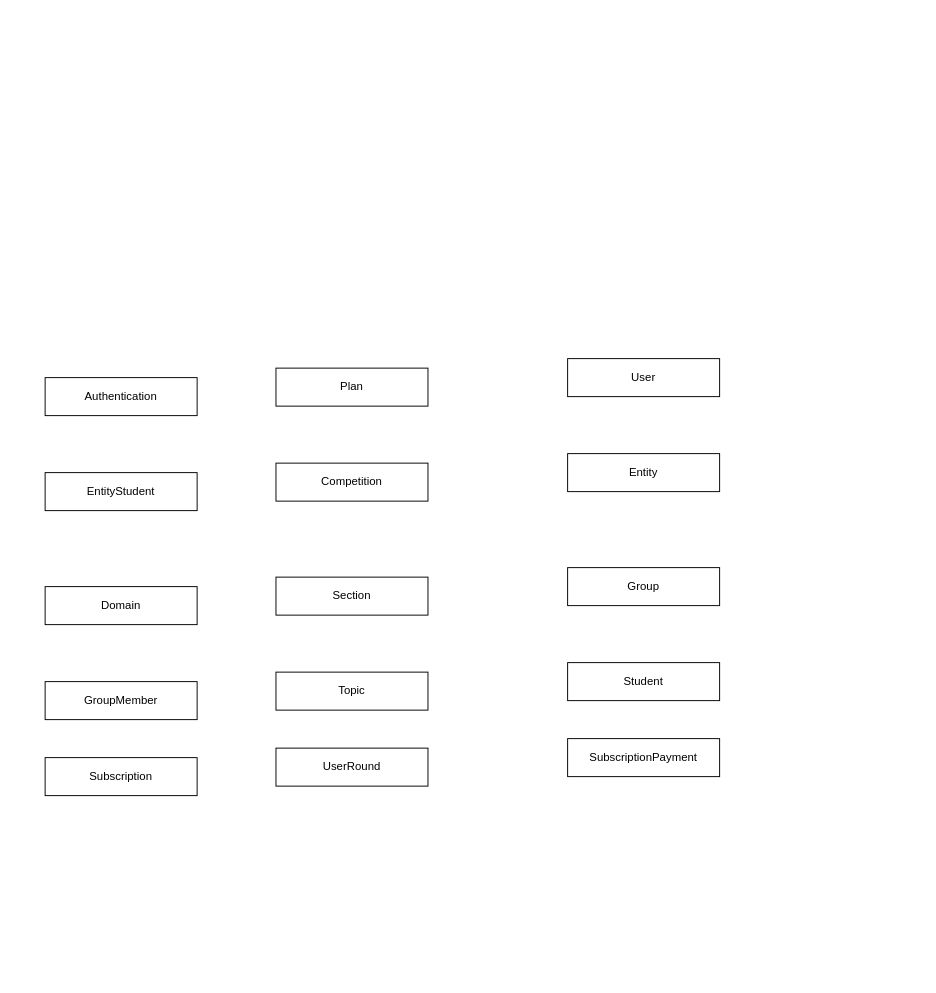
Above: page "ERD" (1 of 2) of image/digram.drawio in GeniusSystems24/hokama (draw.io), before the change. Source tidied: cells renumbered, new cells numbered last; positions are measured from the earlier drawing's top-left corner, leaving out a move shared by most shapes. Both pictures are drawn from the tidied source at 95%, with x=0, y=0 at pixel (45, 358).
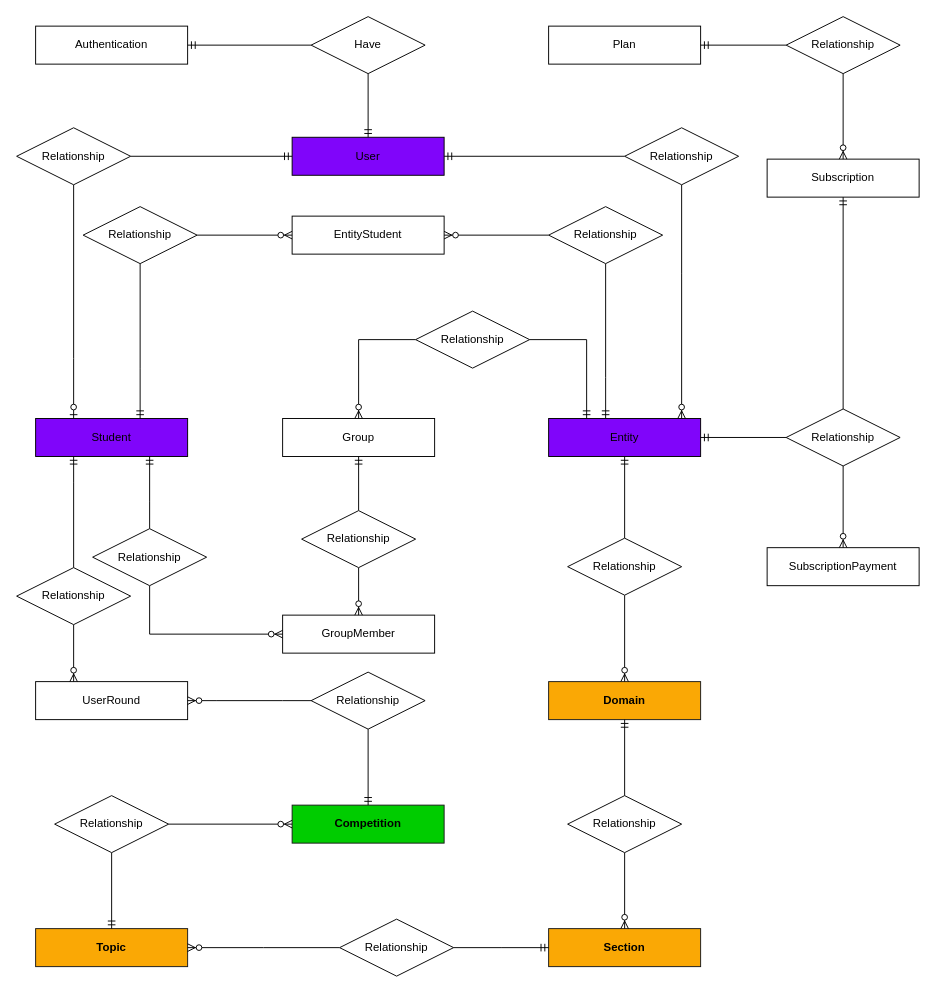
The same diagram, later.

The edit, as a diff of the source:
```diff
@@
     <mxCell id="2" value="GroupMember" style="whiteSpace=wrap;html=1;align=center;" parent="1" vertex="1">
-      <mxGeometry y="340" width="160" height="40" as="geometry" />
+      <mxGeometry x="250" y="270" width="160" height="40" as="geometry" />
     </mxCell>
-    <mxCell id="3" value="Topic" style="whiteSpace=wrap;html=1;align=center;" parent="1" vertex="1">
-      <mxGeometry x="243" y="330" width="160" height="40" as="geometry" />
+    <mxCell id="3" value="Topic" style="whiteSpace=wrap;html=1;align=center;fillColor=#faa805;fontColor=#000000;fontStyle=1;strokeColor=#1A1A1A;" parent="1" vertex="1">
+      <mxGeometry x="-10" y="600" width="160" height="40" as="geometry" />
     </mxCell>
-    <mxCell id="4" value="Student" style="whiteSpace=wrap;html=1;align=center;" parent="1" vertex="1">
-      <mxGeometry x="550" y="320" width="160" height="40" as="geometry" />
+    <mxCell id="4" value="Student" style="whiteSpace=wrap;html=1;align=center;fillColor=#8005fa;" parent="1" vertex="1">
+      <mxGeometry x="-10" y="63" width="160" height="40" as="geometry" />
     </mxCell>
     <mxCell id="5" value="SubscriptionPayment" style="whiteSpace=wrap;html=1;align=center;" parent="1" vertex="1">
-      <mxGeometry x="550" y="400" width="160" height="40" as="geometry" />
+      <mxGeometry x="760" y="199" width="160" height="40" as="geometry" />
     </mxCell>
     <mxCell id="6" value="UserRound" style="whiteSpace=wrap;html=1;align=center;" parent="1" vertex="1">
-      <mxGeometry x="243" y="410" width="160" height="40" as="geometry" />
+      <mxGeometry x="-10" y="340" width="160" height="40" as="geometry" />
     </mxCell>
     <mxCell id="7" value="Subscription" style="whiteSpace=wrap;html=1;align=center;" parent="1" vertex="1">
-      <mxGeometry y="420" width="160" height="40" as="geometry" />
+      <mxGeometry x="760" y="-210" width="160" height="40" as="geometry" />
     </mxCell>
-    <mxCell id="8" value="Entity" style="whiteSpace=wrap;html=1;align=center;" parent="1" vertex="1">
-      <mxGeometry x="550" y="100" width="160" height="40" as="geometry" />
+    <mxCell id="8" value="Entity" style="whiteSpace=wrap;html=1;align=center;fillColor=#8005fa;" parent="1" vertex="1">
+      <mxGeometry x="530" y="63" width="160" height="40" as="geometry" />
     </mxCell>
-    <mxCell id="9" value="Competition" style="whiteSpace=wrap;html=1;align=center;" parent="1" vertex="1">
-      <mxGeometry x="243" y="110" width="160" height="40" as="geometry" />
+    <mxCell id="9" value="Competition" style="whiteSpace=wrap;html=1;align=center;fillColor=#00CC00;strokeColor=#1A1A1A;fontColor=#000000;fontStyle=1;" parent="1" vertex="1">
+      <mxGeometry x="260" y="470" width="160" height="40" as="geometry" />
     </mxCell>
     <mxCell id="10" value="EntityStudent" style="whiteSpace=wrap;html=1;align=center;" parent="1" vertex="1">
-      <mxGeometry y="120" width="160" height="40" as="geometry" />
+      <mxGeometry x="260" y="-150" width="160" height="40" as="geometry" />
     </mxCell>
     <mxCell id="11" value="Group" style="whiteSpace=wrap;html=1;align=center;" parent="1" vertex="1">
-      <mxGeometry x="550" y="220" width="160" height="40" as="geometry" />
+      <mxGeometry x="250" y="63" width="160" height="40" as="geometry" />
     </mxCell>
-    <mxCell id="12" value="Section" style="whiteSpace=wrap;html=1;align=center;" parent="1" vertex="1">
-      <mxGeometry x="243" y="230" width="160" height="40" as="geometry" />
+    <mxCell id="12" value="Section" style="whiteSpace=wrap;html=1;align=center;fillColor=#faa805;strokeColor=#1A1A1A;fontColor=#000000;fontStyle=1;" parent="1" vertex="1">
+      <mxGeometry x="530" y="600" width="160" height="40" as="geometry" />
     </mxCell>
-    <mxCell id="13" value="Domain" style="whiteSpace=wrap;html=1;align=center;" parent="1" vertex="1">
-      <mxGeometry y="240" width="160" height="40" as="geometry" />
+    <mxCell id="13" value="Domain" style="whiteSpace=wrap;html=1;align=center;fillColor=#faa805;strokeColor=#1A1A1A;fontColor=#000000;fontStyle=1;" parent="1" vertex="1">
+      <mxGeometry x="530" y="340" width="160" height="40" as="geometry" />
     </mxCell>
-    <mxCell id="14" value="User" style="whiteSpace=wrap;html=1;align=center;" parent="1" vertex="1">
-      <mxGeometry x="550" width="160" height="40" as="geometry" />
+    <mxCell id="14" value="User" style="whiteSpace=wrap;html=1;align=center;fillColor=#8005fa;" parent="1" vertex="1">
+      <mxGeometry x="260" y="-233" width="160" height="40" as="geometry" />
     </mxCell>
     <mxCell id="15" value="Plan" style="whiteSpace=wrap;html=1;align=center;" parent="1" vertex="1">
-      <mxGeometry x="243" y="10" width="160" height="40" as="geometry" />
+      <mxGeometry x="530" y="-350" width="160" height="40" as="geometry" />
     </mxCell>
     <mxCell id="16" value="Authentication" style="whiteSpace=wrap;html=1;align=center;" parent="1" vertex="1">
-      <mxGeometry y="20" width="160" height="40" as="geometry" />
+      <mxGeometry x="-10" y="-350" width="160" height="40" as="geometry" />
     </mxCell>
+    <mxCell id="17" style="edgeStyle=orthogonalEdgeStyle;rounded=0;jettySize=auto;html=1;fontSize=12;endArrow=ERmandOne;" parent="1" edge="1" source="19" target="14">
+      <mxGeometry relative="1" as="geometry" />
+    </mxCell>
+    <mxCell id="18" style="edgeStyle=orthogonalEdgeStyle;rounded=0;jettySize=auto;html=1;fontSize=12;endArrow=ERmandOne;" parent="1" edge="1" source="19" target="16">
+      <mxGeometry relative="1" as="geometry" />
+    </mxCell>
+    <mxCell id="19" value="Have" style="shape=rhombus;perimeter=rhombusPerimeter;whiteSpace=wrap;html=1;align=center;" parent="1" vertex="1">
+      <mxGeometry x="280" y="-360" width="120" height="60" as="geometry" />
+    </mxCell>
+    <mxCell id="20" style="edgeStyle=orthogonalEdgeStyle;rounded=0;jettySize=auto;html=1;fontSize=12;endArrow=ERmandOne;" parent="1" edge="1" source="22" target="14">
+      <mxGeometry relative="1" as="geometry" />
+    </mxCell>
+    <mxCell id="21" style="edgeStyle=orthogonalEdgeStyle;rounded=0;jettySize=auto;html=1;fontSize=12;endArrow=ERzeroToMany;endFill=1;" parent="1" edge="1" source="22" target="8">
+      <mxGeometry relative="1" as="geometry">
+        <Array as="points">
+          <mxPoint x="670" y="-90" />
+          <mxPoint x="670" y="-90" />
+        </Array>
+      </mxGeometry>
+    </mxCell>
+    <mxCell id="22" value="Relationship" style="shape=rhombus;perimeter=rhombusPerimeter;whiteSpace=wrap;html=1;align=center;" parent="1" vertex="1">
+      <mxGeometry x="610" y="-243" width="120" height="60" as="geometry" />
+    </mxCell>
+    <mxCell id="23" style="edgeStyle=orthogonalEdgeStyle;rounded=0;jettySize=auto;html=1;fontSize=12;endArrow=ERzeroToOne;endFill=1;" parent="1" edge="1" source="25" target="4">
+      <mxGeometry relative="1" as="geometry">
+        <Array as="points">
+          <mxPoint x="30" />
+          <mxPoint x="30" />
+        </Array>
+      </mxGeometry>
+    </mxCell>
+    <mxCell id="24" style="edgeStyle=orthogonalEdgeStyle;rounded=0;jettySize=auto;html=1;fontSize=12;endArrow=ERmandOne;" parent="1" edge="1" source="25" target="14">
+      <mxGeometry relative="1" as="geometry" />
+    </mxCell>
+    <mxCell id="25" value="Relationship" style="shape=rhombus;perimeter=rhombusPerimeter;whiteSpace=wrap;html=1;align=center;" parent="1" vertex="1">
+      <mxGeometry x="-30" y="-243" width="120" height="60" as="geometry" />
+    </mxCell>
+    <mxCell id="26" style="edgeStyle=orthogonalEdgeStyle;rounded=0;jettySize=auto;html=1;fontSize=12;endArrow=ERmandOne;" parent="1" edge="1" source="29" target="7">
+      <mxGeometry relative="1" as="geometry" />
+    </mxCell>
+    <mxCell id="27" style="edgeStyle=orthogonalEdgeStyle;rounded=0;jettySize=auto;html=1;fontSize=12;endArrow=ERmandOne;" parent="1" edge="1" source="29" target="8">
+      <mxGeometry relative="1" as="geometry" />
+    </mxCell>
+    <mxCell id="28" style="edgeStyle=orthogonalEdgeStyle;rounded=0;jettySize=auto;html=1;fontSize=12;endArrow=ERzeroToMany;endFill=1;" parent="1" edge="1" source="29" target="5">
+      <mxGeometry relative="1" as="geometry" />
+    </mxCell>
+    <mxCell id="29" value="Relationship" style="shape=rhombus;perimeter=rhombusPerimeter;whiteSpace=wrap;html=1;align=center;" parent="1" vertex="1">
+      <mxGeometry x="780" y="53" width="120" height="60" as="geometry" />
+    </mxCell>
+    <mxCell id="30" style="edgeStyle=orthogonalEdgeStyle;rounded=0;jettySize=auto;html=1;fontSize=12;endArrow=ERmandOne;" parent="1" edge="1" source="32" target="15">
+      <mxGeometry relative="1" as="geometry" />
+    </mxCell>
+    <mxCell id="31" style="edgeStyle=orthogonalEdgeStyle;rounded=0;jettySize=auto;html=1;fontSize=12;endArrow=ERzeroToMany;endFill=1;" parent="1" edge="1" source="32" target="7">
+      <mxGeometry relative="1" as="geometry" />
+    </mxCell>
+    <mxCell id="32" value="Relationship" style="shape=rhombus;perimeter=rhombusPerimeter;whiteSpace=wrap;html=1;align=center;" parent="1" vertex="1">
+      <mxGeometry x="780" y="-360" width="120" height="60" as="geometry" />
+    </mxCell>
+    <mxCell id="33" style="edgeStyle=orthogonalEdgeStyle;rounded=0;jettySize=auto;html=1;fontSize=12;endArrow=ERmandOne;" parent="1" edge="1" source="35" target="8">
+      <mxGeometry relative="1" as="geometry">
+        <Array as="points">
+          <mxPoint x="590" y="20" />
+          <mxPoint x="590" y="20" />
+        </Array>
+      </mxGeometry>
+    </mxCell>
+    <mxCell id="34" style="edgeStyle=orthogonalEdgeStyle;rounded=0;jettySize=auto;html=1;fontSize=12;endArrow=ERzeroToMany;endFill=1;" parent="1" edge="1" source="35" target="10">
+      <mxGeometry relative="1" as="geometry" />
+    </mxCell>
+    <mxCell id="35" value="Relationship" style="shape=rhombus;perimeter=rhombusPerimeter;whiteSpace=wrap;html=1;align=center;" parent="1" vertex="1">
+      <mxGeometry x="530" y="-160" width="120" height="60" as="geometry" />
+    </mxCell>
+    <mxCell id="36" style="edgeStyle=orthogonalEdgeStyle;rounded=0;jettySize=auto;html=1;fontSize=12;endArrow=ERmandOne;" parent="1" edge="1" source="38" target="4">
+      <mxGeometry relative="1" as="geometry">
+        <Array as="points">
+          <mxPoint x="100" y="10" />
+          <mxPoint x="100" y="10" />
+        </Array>
+      </mxGeometry>
+    </mxCell>
+    <mxCell id="37" style="edgeStyle=orthogonalEdgeStyle;rounded=0;jettySize=auto;html=1;fontSize=12;endArrow=ERzeroToMany;endFill=1;" parent="1" edge="1" source="38" target="10">
+      <mxGeometry relative="1" as="geometry" />
+    </mxCell>
+    <mxCell id="38" value="Relationship" style="shape=rhombus;perimeter=rhombusPerimeter;whiteSpace=wrap;html=1;align=center;" parent="1" vertex="1">
+      <mxGeometry x="40" y="-160" width="120" height="60" as="geometry" />
+    </mxCell>
+    <mxCell id="39" style="edgeStyle=orthogonalEdgeStyle;rounded=0;jettySize=auto;html=1;fontSize=12;endArrow=ERmandOne;" parent="1" edge="1" source="41" target="8">
+      <mxGeometry relative="1" as="geometry" />
+    </mxCell>
+    <mxCell id="40" style="edgeStyle=orthogonalEdgeStyle;rounded=0;jettySize=auto;html=1;fontSize=12;endArrow=ERzeroToMany;endFill=1;" parent="1" edge="1" source="41" target="13">
+      <mxGeometry relative="1" as="geometry" />
+    </mxCell>
+    <mxCell id="41" value="Relationship" style="shape=rhombus;perimeter=rhombusPerimeter;whiteSpace=wrap;html=1;align=center;" parent="1" vertex="1">
+      <mxGeometry x="550" y="189" width="120" height="60" as="geometry" />
+    </mxCell>
+    <mxCell id="42" style="edgeStyle=orthogonalEdgeStyle;rounded=0;jettySize=auto;html=1;fontSize=12;endArrow=ERmandOne;" parent="1" edge="1" source="44" target="13">
+      <mxGeometry relative="1" as="geometry" />
+    </mxCell>
+    <mxCell id="43" style="edgeStyle=orthogonalEdgeStyle;rounded=0;jettySize=auto;html=1;fontSize=12;endArrow=ERzeroToMany;endFill=1;" parent="1" edge="1" source="44" target="12">
+      <mxGeometry relative="1" as="geometry" />
+    </mxCell>
+    <mxCell id="44" value="Relationship" style="shape=rhombus;perimeter=rhombusPerimeter;whiteSpace=wrap;html=1;align=center;" parent="1" vertex="1">
+      <mxGeometry x="550" y="460" width="120" height="60" as="geometry" />
+    </mxCell>
+    <mxCell id="45" style="edgeStyle=orthogonalEdgeStyle;rounded=0;jettySize=auto;html=1;fontSize=12;endArrow=ERmandOne;" parent="1" edge="1" source="47" target="12">
+      <mxGeometry relative="1" as="geometry">
+        <Array as="points">
+          <mxPoint x="480" y="620" />
+          <mxPoint x="480" y="620" />
+        </Array>
+      </mxGeometry>
+    </mxCell>
+    <mxCell id="46" style="edgeStyle=orthogonalEdgeStyle;rounded=0;jettySize=auto;html=1;fontSize=12;endArrow=ERzeroToMany;endFill=1;" parent="1" edge="1" source="47" target="3">
+      <mxGeometry relative="1" as="geometry">
+        <Array as="points">
+          <mxPoint x="230" y="620" />
+          <mxPoint x="230" y="620" />
+        </Array>
+      </mxGeometry>
+    </mxCell>
+    <mxCell id="47" value="Relationship" style="shape=rhombus;perimeter=rhombusPerimeter;whiteSpace=wrap;html=1;align=center;" parent="1" vertex="1">
+      <mxGeometry x="310" y="590" width="120" height="60" as="geometry" />
+    </mxCell>
+    <mxCell id="48" style="edgeStyle=orthogonalEdgeStyle;rounded=0;jettySize=auto;html=1;fontSize=12;endArrow=ERzeroToMany;endFill=1;" parent="1" edge="1" source="50" target="9">
+      <mxGeometry relative="1" as="geometry" />
+    </mxCell>
+    <mxCell id="49" style="edgeStyle=orthogonalEdgeStyle;rounded=0;jettySize=auto;html=1;fontSize=12;endArrow=ERmandOne;" parent="1" edge="1" source="50" target="3">
+      <mxGeometry relative="1" as="geometry" />
+    </mxCell>
+    <mxCell id="50" value="Relationship" style="shape=rhombus;perimeter=rhombusPerimeter;whiteSpace=wrap;html=1;align=center;" parent="1" vertex="1">
+      <mxGeometry x="10" y="460" width="120" height="60" as="geometry" />
+    </mxCell>
+    <mxCell id="51" style="edgeStyle=orthogonalEdgeStyle;rounded=0;jettySize=auto;html=1;fontSize=12;endArrow=ERmandOne;" parent="1" edge="1" source="53" target="9">
+      <mxGeometry relative="1" as="geometry" />
+    </mxCell>
+    <mxCell id="52" style="edgeStyle=entityRelationEdgeStyle;rounded=0;jettySize=auto;html=1;fontSize=12;endArrow=ERzeroToMany;endFill=1;" parent="1" edge="1" source="53" target="6">
+      <mxGeometry relative="1" as="geometry" />
+    </mxCell>
+    <mxCell id="53" value="Relationship" style="shape=rhombus;perimeter=rhombusPerimeter;whiteSpace=wrap;html=1;align=center;" parent="1" vertex="1">
+      <mxGeometry x="280" y="330" width="120" height="60" as="geometry" />
+    </mxCell>
+    <mxCell id="54" style="edgeStyle=orthogonalEdgeStyle;rounded=0;jettySize=auto;html=1;fontSize=12;endArrow=ERmandOne;" parent="1" edge="1" source="56" target="4">
+      <mxGeometry relative="1" as="geometry">
+        <Array as="points">
+          <mxPoint x="30" y="130" />
+          <mxPoint x="30" y="130" />
+        </Array>
+      </mxGeometry>
+    </mxCell>
+    <mxCell id="55" style="edgeStyle=orthogonalEdgeStyle;rounded=0;jettySize=auto;html=1;fontSize=12;endArrow=ERzeroToMany;endFill=1;" parent="1" edge="1" source="56" target="6">
+      <mxGeometry relative="1" as="geometry">
+        <Array as="points">
+          <mxPoint x="30" y="330" />
+          <mxPoint x="30" y="330" />
+        </Array>
+      </mxGeometry>
+    </mxCell>
+    <mxCell id="56" value="Relationship" style="shape=rhombus;perimeter=rhombusPerimeter;whiteSpace=wrap;html=1;align=center;" parent="1" vertex="1">
+      <mxGeometry x="-30" y="220" width="120" height="60" as="geometry" />
+    </mxCell>
+    <mxCell id="57" style="edgeStyle=orthogonalEdgeStyle;rounded=0;jettySize=auto;html=1;fontSize=12;endArrow=ERmandOne;" parent="1" edge="1" source="59" target="8">
+      <mxGeometry relative="1" as="geometry">
+        <Array as="points">
+          <mxPoint x="570" y="-20" />
+        </Array>
+      </mxGeometry>
+    </mxCell>
+    <mxCell id="58" style="edgeStyle=orthogonalEdgeStyle;rounded=0;jettySize=auto;html=1;fontSize=12;endArrow=ERzeroToMany;endFill=1;" parent="1" edge="1" source="59" target="11">
+      <mxGeometry relative="1" as="geometry">
+        <Array as="points">
+          <mxPoint x="330" y="-20" />
+        </Array>
+      </mxGeometry>
+    </mxCell>
+    <mxCell id="59" value="Relationship" style="shape=rhombus;perimeter=rhombusPerimeter;whiteSpace=wrap;html=1;align=center;" parent="1" vertex="1">
+      <mxGeometry x="390" y="-50" width="120" height="60" as="geometry" />
+    </mxCell>
+    <mxCell id="60" style="edgeStyle=orthogonalEdgeStyle;rounded=0;jettySize=auto;html=1;fontSize=12;endArrow=ERmandOne;" parent="1" edge="1" source="62" target="4">
+      <mxGeometry relative="1" as="geometry">
+        <Array as="points">
+          <mxPoint x="110" y="150" />
+          <mxPoint x="110" y="150" />
+        </Array>
+      </mxGeometry>
+    </mxCell>
+    <mxCell id="61" style="edgeStyle=orthogonalEdgeStyle;rounded=0;jettySize=auto;html=1;fontSize=12;endArrow=ERzeroToMany;endFill=1;" parent="1" edge="1" source="62" target="2">
+      <mxGeometry relative="1" as="geometry">
+        <Array as="points">
+          <mxPoint x="110" y="290" />
+        </Array>
+      </mxGeometry>
+    </mxCell>
+    <mxCell id="62" value="Relationship" style="shape=rhombus;perimeter=rhombusPerimeter;whiteSpace=wrap;html=1;align=center;" parent="1" vertex="1">
+      <mxGeometry x="50" y="179" width="120" height="60" as="geometry" />
+    </mxCell>
+    <mxCell id="63" style="edgeStyle=orthogonalEdgeStyle;rounded=0;jettySize=auto;html=1;fontSize=12;endArrow=ERzeroToMany;endFill=1;" parent="1" edge="1" source="65" target="2">
+      <mxGeometry relative="1" as="geometry" />
+    </mxCell>
+    <mxCell id="64" style="edgeStyle=orthogonalEdgeStyle;rounded=0;jettySize=auto;html=1;fontSize=12;endArrow=ERmandOne;" parent="1" edge="1" source="65" target="11">
+      <mxGeometry relative="1" as="geometry" />
+    </mxCell>
+    <mxCell id="65" value="Relationship" style="shape=rhombus;perimeter=rhombusPerimeter;whiteSpace=wrap;html=1;align=center;" parent="1" vertex="1">
+      <mxGeometry x="270" y="160" width="120" height="60" as="geometry" />
+    </mxCell>
```
